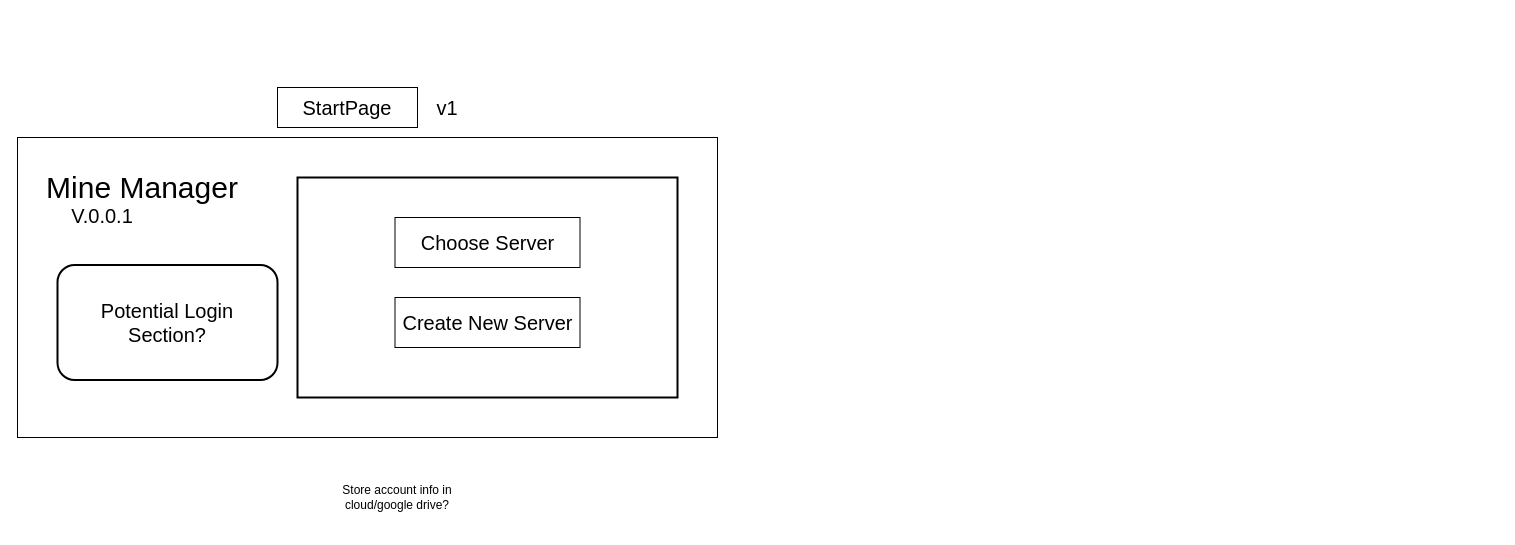
This is drawioMockups/Startpage.drawio from markwreinke/minecraftDockerServerGUI, a draw.io file, before an edit. Source tidied: cells renumbered, new cells numbered last; positions are measured from the earlier drawing's top-left corner, leaving out a move shared by most shapes. Both pictures are drawn from the tidied source at 100%, with x=0, y=0 at pixel (17, 87).
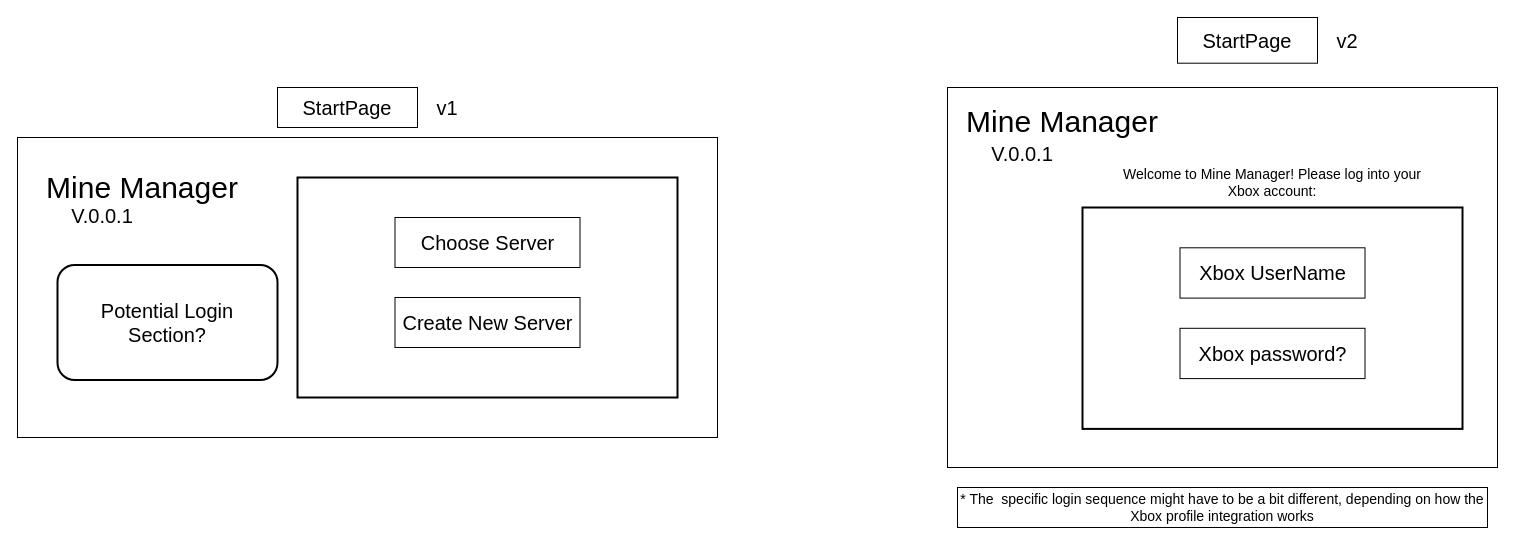
After the change.

The edit, as a diff of the source:
```diff
@@
-    <mxCell id="12" value="Store account info in cloud/google drive?" style="text;html=1;strokeColor=none;fillColor=none;align=center;verticalAlign=middle;whiteSpace=wrap;rounded=0;" parent="1" vertex="1">
-      <mxGeometry x="320" y="380" width="120" height="60" as="geometry" />
-    </mxCell>
+    <mxCell id="13" style="group;" parent="1" vertex="1">
+      <mxGeometry x="930" y="-70" width="550" height="510" as="geometry" />
+    </mxCell>
+    <mxCell id="14" style="rounded=0;whiteSpace=wrap;html=1;" parent="13" vertex="1">
+      <mxGeometry y="70" width="550" height="380" as="geometry" />
+    </mxCell>
+    <mxCell id="15" value="StartPage" style="text;html=1;strokeColor=default;fillColor=none;align=center;verticalAlign=middle;whiteSpace=wrap;rounded=0;fontSize=20;" parent="13" vertex="1">
+      <mxGeometry x="230" width="140" height="45.7" as="geometry" />
+    </mxCell>
+    <mxCell id="16" value="v2&lt;br&gt;" style="text;html=1;strokeColor=none;fillColor=none;align=center;verticalAlign=middle;whiteSpace=wrap;rounded=0;fontSize=20;" parent="13" vertex="1">
+      <mxGeometry x="370" y="5.7" width="60" height="34.3" as="geometry" />
+    </mxCell>
+    <mxCell id="17" style="group;" parent="13" vertex="1">
+      <mxGeometry y="70" width="220" height="80" as="geometry" />
+    </mxCell>
+    <mxCell id="18" value="&lt;font style=&quot;font-size: 30px&quot;&gt;Mine Manager&lt;/font&gt;" style="text;html=1;strokeColor=none;fillColor=none;align=center;verticalAlign=middle;whiteSpace=wrap;rounded=0;strokeWidth=2;" parent="17" vertex="1">
+      <mxGeometry x="10" width="210" height="68.6" as="geometry" />
+    </mxCell>
+    <mxCell id="19" value="&lt;font style=&quot;font-size: 20px&quot;&gt;V.0.0.1&lt;/font&gt;" style="text;html=1;strokeColor=none;fillColor=none;align=center;verticalAlign=middle;whiteSpace=wrap;rounded=0;fontSize=30;" parent="17" vertex="1">
+      <mxGeometry y="45.7" width="150" height="34.3" as="geometry" />
+    </mxCell>
+    <mxCell id="20" style="group;" parent="13" vertex="1">
+      <mxGeometry x="135" y="190" width="380" height="221.4" as="geometry" />
+    </mxCell>
+    <mxCell id="21" style="rounded=0;whiteSpace=wrap;html=1;fontSize=20;strokeColor=default;strokeWidth=2;" parent="20" vertex="1">
+      <mxGeometry width="380" height="221.4" as="geometry" />
+    </mxCell>
+    <mxCell id="22" value="Xbox UserName" style="text;html=1;strokeColor=default;fillColor=none;align=center;verticalAlign=middle;whiteSpace=wrap;rounded=0;fontSize=20;" parent="20" vertex="1">
+      <mxGeometry x="97.5" y="40.3" width="185" height="50.3" as="geometry" />
+    </mxCell>
+    <mxCell id="23" value="Xbox password?" style="text;html=1;strokeColor=default;fillColor=none;align=center;verticalAlign=middle;whiteSpace=wrap;rounded=0;fontSize=20;" parent="20" vertex="1">
+      <mxGeometry x="97.5" y="120.8" width="185" height="50.3" as="geometry" />
+    </mxCell>
+    <mxCell id="24" value="&lt;font style=&quot;font-size: 14px;&quot;&gt;Welcome to Mine Manager! Please log into your Xbox account:&lt;/font&gt;" style="text;html=1;strokeColor=none;fillColor=none;align=center;verticalAlign=middle;whiteSpace=wrap;rounded=0;" parent="13" vertex="1">
+      <mxGeometry x="170" y="150" width="310" height="30" as="geometry" />
+    </mxCell>
+    <mxCell id="25" value="* The&amp;nbsp; specific login sequence might have to be a bit different, depending on how the Xbox profile integration works" style="text;html=1;strokeColor=default;fillColor=default;align=center;verticalAlign=middle;whiteSpace=wrap;rounded=0;fontSize=14;" parent="13" vertex="1">
+      <mxGeometry x="10" y="470" width="530" height="40" as="geometry" />
+    </mxCell>
```
